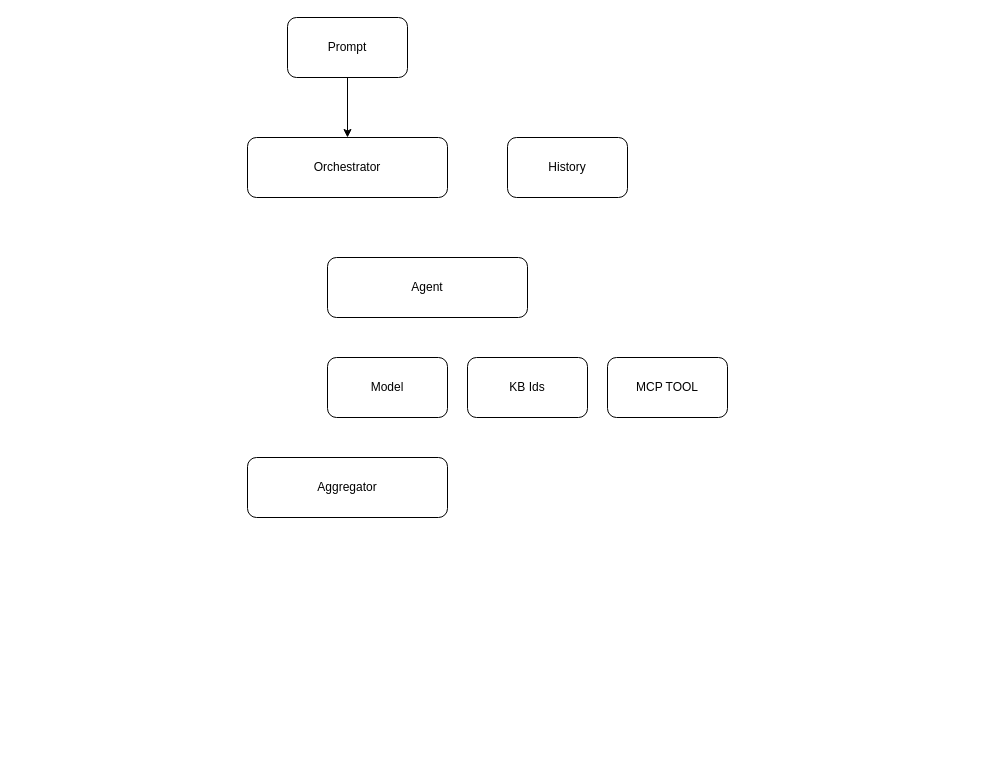
This is orchestrator-arch.drawio from lee0313/draw.io, a draw.io file, before an edit. Source tidied: cells renumbered, new cells numbered last; positions are measured from the earlier drawing's top-left corner, leaving out a move shared by most shapes. Both pictures are drawn from the tidied source at 100%, with x=0, y=0 at pixel (247, 17).
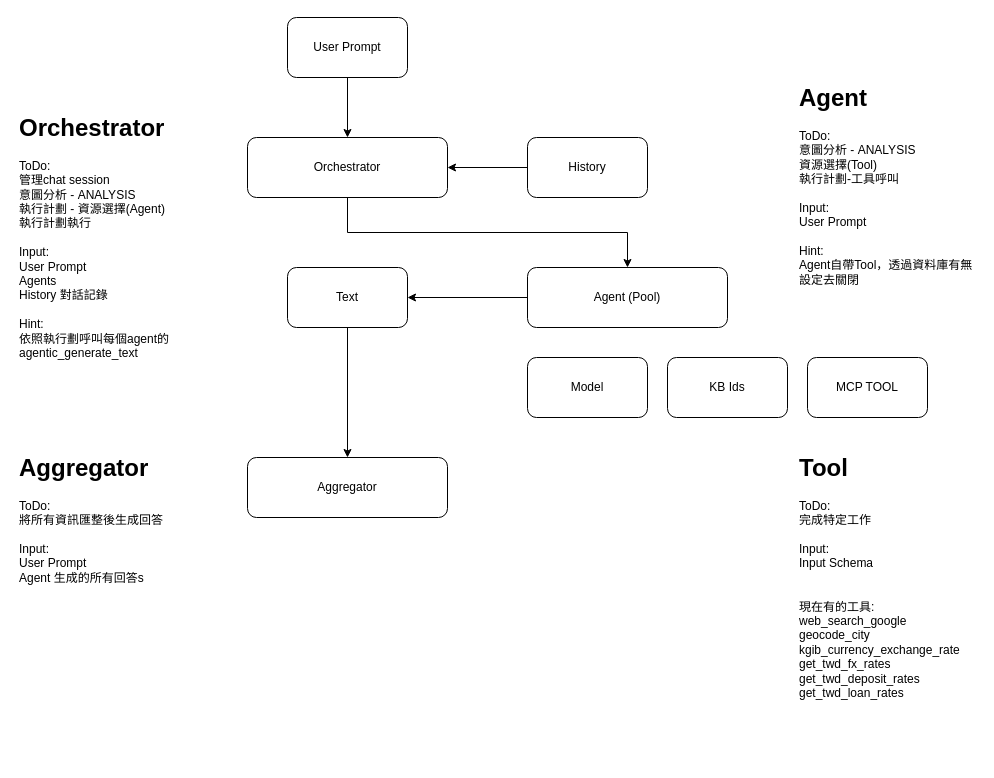
After the change.

Diff of the diagram source:
```diff
@@
 <mxGraphModel>
   <root>
     <mxCell id="0" />
     <mxCell id="1" parent="0" />
     <mxCell id="2" style="edgeStyle=orthogonalEdgeStyle;rounded=0;jettySize=auto;html=1;entryX=0.5;entryY=0;entryDx=0;entryDy=0;" parent="1" edge="1" source="3" target="4">
       <mxGeometry relative="1" as="geometry" />
     </mxCell>
-    <mxCell id="3" value="Prompt" style="rounded=1;whiteSpace=wrap;html=1;" parent="1" vertex="1">
+    <mxCell id="3" value="User Prompt" style="rounded=1;whiteSpace=wrap;html=1;" parent="1" vertex="1">
       <mxGeometry x="40" width="120" height="60" as="geometry" />
     </mxCell>
+    <mxCell id="11" style="edgeStyle=orthogonalEdgeStyle;rounded=0;jettySize=auto;html=1;entryX=0.5;entryY=0;entryDx=0;entryDy=0;exitX=0.5;exitY=1;exitDx=0;exitDy=0;" parent="1" edge="1" source="4" target="9">
+      <mxGeometry relative="1" as="geometry" />
+    </mxCell>
     <mxCell id="4" value="Orchestrator" style="rounded=1;whiteSpace=wrap;html=1;" parent="1" vertex="1">
       <mxGeometry y="120" width="200" height="60" as="geometry" />
     </mxCell>
+    <mxCell id="12" style="edgeStyle=orthogonalEdgeStyle;rounded=0;jettySize=auto;html=1;entryX=1;entryY=0.5;entryDx=0;entryDy=0;" parent="1" edge="1" source="5" target="4">
+      <mxGeometry relative="1" as="geometry" />
+    </mxCell>
     <mxCell id="5" value="History" style="rounded=1;whiteSpace=wrap;html=1;" parent="1" vertex="1">
-      <mxGeometry x="260" y="120" width="120" height="60" as="geometry" />
+      <mxGeometry x="280" y="120" width="120" height="60" as="geometry" />
     </mxCell>
     <mxCell id="6" value="Model" style="rounded=1;whiteSpace=wrap;html=1;" parent="1" vertex="1">
-      <mxGeometry x="80" y="340" width="120" height="60" as="geometry" />
+      <mxGeometry x="280" y="340" width="120" height="60" as="geometry" />
     </mxCell>
     <mxCell id="7" value="MCP TOOL" style="rounded=1;whiteSpace=wrap;html=1;" parent="1" vertex="1">
-      <mxGeometry x="360" y="340" width="120" height="60" as="geometry" />
+      <mxGeometry x="560" y="340" width="120" height="60" as="geometry" />
     </mxCell>
     <mxCell id="8" value="KB Ids" style="rounded=1;whiteSpace=wrap;html=1;" parent="1" vertex="1">
-      <mxGeometry x="220" y="340" width="120" height="60" as="geometry" />
+      <mxGeometry x="420" y="340" width="120" height="60" as="geometry" />
     </mxCell>
+    <mxCell id="13" style="edgeStyle=orthogonalEdgeStyle;rounded=0;jettySize=auto;html=1;entryX=1;entryY=0.5;entryDx=0;entryDy=0;" parent="1" edge="1" source="9" target="16">
+      <mxGeometry relative="1" as="geometry" />
+    </mxCell>
-    <mxCell id="9" value="Agent" style="rounded=1;whiteSpace=wrap;html=1;" parent="1" vertex="1">
-      <mxGeometry x="80" y="240" width="200" height="60" as="geometry" />
+    <mxCell id="9" value="Agent (Pool)" style="rounded=1;whiteSpace=wrap;html=1;" parent="1" vertex="1">
+      <mxGeometry x="280" y="250" width="200" height="60" as="geometry" />
     </mxCell>
     <mxCell id="10" value="Aggregator" style="rounded=1;whiteSpace=wrap;html=1;" parent="1" vertex="1">
       <mxGeometry y="440" width="200" height="60" as="geometry" />
     </mxCell>
+    <mxCell id="14" value="&lt;h1 style=&quot;margin-top: 0px;&quot;&gt;Orchestrator&lt;/h1&gt;&lt;div&gt;ToDo:&lt;/div&gt;&lt;div&gt;管理chat session&lt;/div&gt;&lt;div&gt;意圖分析 - ANALYSIS&lt;/div&gt;&lt;div&gt;執行計劃 - 資源選擇(Agent)&lt;/div&gt;&lt;div&gt;執行計劃執行&lt;br&gt;&lt;br&gt;Input:&lt;/div&gt;&lt;div&gt;User Prompt&lt;/div&gt;&lt;div&gt;Agents&lt;/div&gt;&lt;div&gt;History 對話記錄&lt;/div&gt;&lt;div&gt;&lt;br&gt;&lt;/div&gt;&lt;div&gt;Hint:&lt;/div&gt;&lt;div&gt;依照執行劃呼叫每個agent的&lt;/div&gt;&lt;div&gt;agentic_generate_text&lt;/div&gt;&lt;div&gt;&lt;br&gt;&lt;/div&gt;&lt;div&gt;&lt;br&gt;&lt;/div&gt;&lt;div&gt;&lt;br&gt;&lt;/div&gt;" style="text;html=1;whiteSpace=wrap;overflow=hidden;rounded=0;" parent="1" vertex="1">
+      <mxGeometry x="-230" y="90" width="180" height="310" as="geometry" />
+    </mxCell>
+    <mxCell id="15" style="edgeStyle=orthogonalEdgeStyle;rounded=0;jettySize=auto;html=1;entryX=0.5;entryY=0;entryDx=0;entryDy=0;" parent="1" edge="1" source="16" target="10">
+      <mxGeometry relative="1" as="geometry" />
+    </mxCell>
+    <mxCell id="16" value="Text" style="rounded=1;whiteSpace=wrap;html=1;" parent="1" vertex="1">
+      <mxGeometry x="40" y="250" width="120" height="60" as="geometry" />
+    </mxCell>
+    <mxCell id="17" value="&lt;h1 style=&quot;margin-top: 0px;&quot;&gt;Aggregator&lt;/h1&gt;&lt;div&gt;ToDo:&lt;/div&gt;&lt;div&gt;將所有資訊匯整後生成回答&lt;/div&gt;&lt;div&gt;&lt;br&gt;Input:&lt;/div&gt;&lt;div&gt;User Prompt&lt;/div&gt;&lt;div&gt;Agent 生成的所有回答s&lt;/div&gt;&lt;div&gt;&lt;br&gt;&lt;/div&gt;&lt;div&gt;&lt;br&gt;&lt;/div&gt;&lt;div&gt;&lt;br&gt;&lt;/div&gt;&lt;div&gt;&lt;br&gt;&lt;/div&gt;&lt;div&gt;&lt;br&gt;&lt;/div&gt;" style="text;html=1;whiteSpace=wrap;overflow=hidden;rounded=0;" parent="1" vertex="1">
+      <mxGeometry x="-230" y="430" width="180" height="310" as="geometry" />
+    </mxCell>
+    <mxCell id="18" value="&lt;h1 style=&quot;margin-top: 0px;&quot;&gt;Agent&lt;/h1&gt;&lt;div&gt;ToDo:&lt;/div&gt;&lt;div&gt;意圖分析 - ANALYSIS&lt;/div&gt;&lt;div&gt;資源選擇(Tool)&lt;/div&gt;&lt;div&gt;執行計劃-工具呼叫&lt;/div&gt;&lt;div&gt;&lt;br&gt;Input:&lt;/div&gt;&lt;div&gt;User Prompt&lt;/div&gt;&lt;div&gt;&lt;br&gt;&lt;/div&gt;&lt;div&gt;Hint:&lt;/div&gt;&lt;div&gt;Agent自帶Tool，透過資料庫有無設定去關閉&lt;/div&gt;&lt;div&gt;&lt;br&gt;&lt;/div&gt;&lt;div&gt;&lt;br&gt;&lt;/div&gt;&lt;div&gt;&lt;br&gt;&lt;/div&gt;&lt;div&gt;&lt;br&gt;&lt;/div&gt;&lt;div&gt;&lt;br&gt;&lt;/div&gt;" style="text;html=1;whiteSpace=wrap;overflow=hidden;rounded=0;" parent="1" vertex="1">
+      <mxGeometry x="550" y="60" width="180" height="250" as="geometry" />
+    </mxCell>
+    <mxCell id="19" value="&lt;h1 style=&quot;margin-top: 0px;&quot;&gt;Tool&lt;/h1&gt;&lt;div&gt;ToDo:&lt;/div&gt;&lt;div&gt;完成特定工作&lt;/div&gt;&lt;div&gt;&lt;br&gt;&lt;/div&gt;&lt;div&gt;Input:&lt;/div&gt;&lt;div&gt;Input Schema&lt;/div&gt;&lt;div&gt;&lt;br&gt;&lt;/div&gt;&lt;div&gt;&lt;br&gt;&lt;/div&gt;&lt;div&gt;現在有的工具:&lt;/div&gt;&lt;div&gt;web_search_google&lt;/div&gt;&lt;div&gt;geocode_city&lt;/div&gt;&lt;div&gt;kgib_currency_exchange_rate&lt;/div&gt;&lt;div&gt;get_twd_fx_rates&lt;/div&gt;&lt;div&gt;get_twd_deposit_rates&lt;/div&gt;&lt;div&gt;get_twd_loan_rates&lt;/div&gt;&lt;div&gt;&lt;br&gt;&lt;/div&gt;&lt;div&gt;&lt;br&gt;&lt;/div&gt;&lt;div&gt;&lt;br&gt;&lt;/div&gt;&lt;div&gt;&lt;br&gt;&lt;/div&gt;&lt;div&gt;&lt;br&gt;&lt;/div&gt;&lt;div&gt;&lt;br&gt;&lt;/div&gt;&lt;div&gt;&lt;br&gt;&lt;/div&gt;&lt;div&gt;&lt;br&gt;&lt;/div&gt;&lt;div&gt;&lt;br&gt;&lt;/div&gt;" style="text;html=1;whiteSpace=wrap;overflow=hidden;rounded=0;" parent="1" vertex="1">
+      <mxGeometry x="550" y="430" width="180" height="250" as="geometry" />
+    </mxCell>
   </root>
 </mxGraphModel>
```
